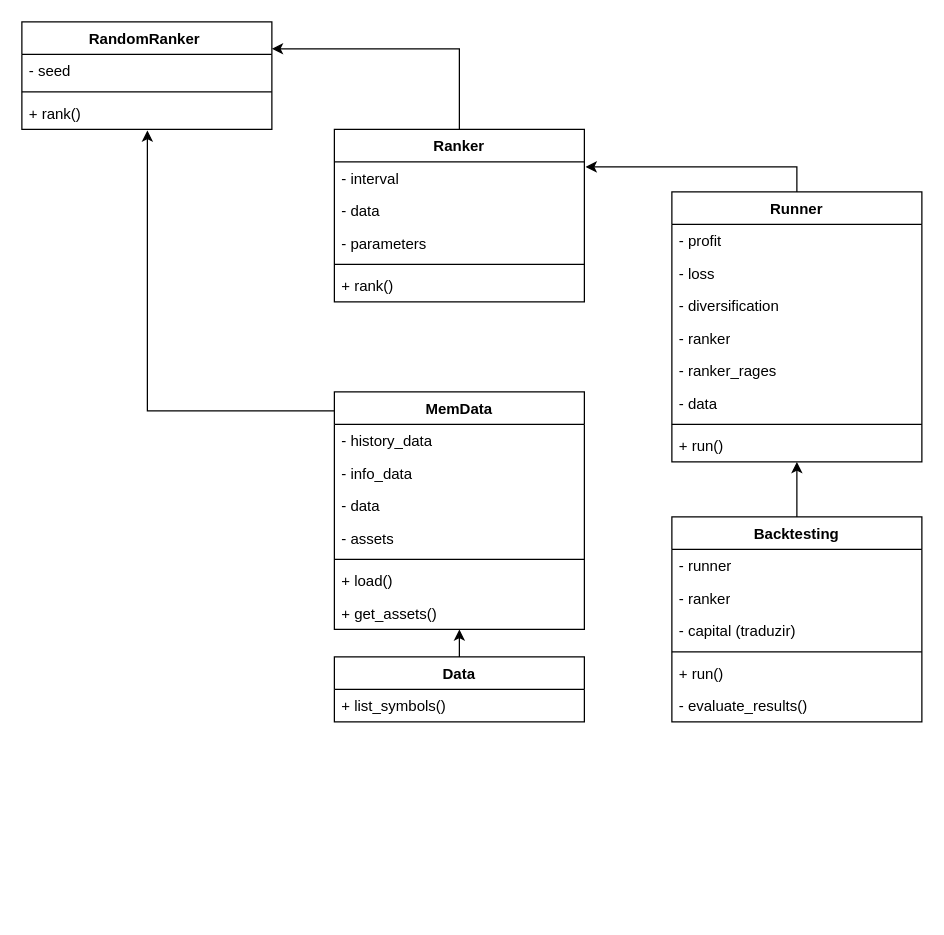
The draw.io diagram diagrama.drawio in PortBackRank/PortBackRank, before the edit. Source tidied: cells renumbered, new cells numbered last; positions are measured from the earlier drawing's top-left corner, leaving out a move shared by most shapes. Both pictures are drawn from the tidied source at 125%, with x=0, y=0 at pixel (21, 21).
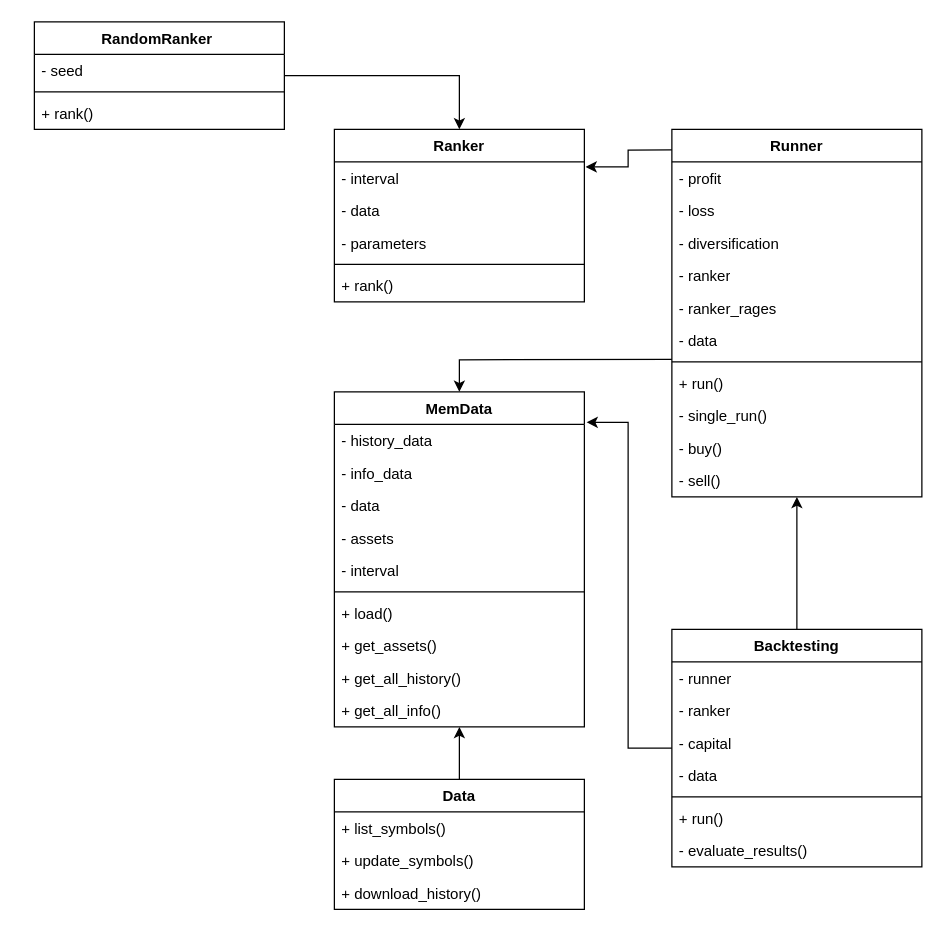
After the change.

The change refers to these unchanged cells:
```xml
<mxCell id="6" value="Ranker" style="swimlane;fontStyle=1;align=center;verticalAlign=top;horizontal=1;startSize=26;whiteSpace=wrap;html=1;" parent="1" vertex="1">
  <mxGeometry x="250" y="86" width="200" height="138" as="geometry" />
</mxCell>
<mxCell id="7" value="- interval" style="text;strokeColor=none;fillColor=none;align=left;verticalAlign=top;spacingLeft=4;spacingRight=4;overflow=hidden;points=[[0,0.5],[1,0.5]];portConstraint=eastwest;whiteSpace=wrap;html=1;" parent="6" vertex="1">
  <mxGeometry y="26" width="200" height="26" as="geometry" />
</mxCell>
<mxCell id="32" value="+ rank()" style="text;strokeColor=none;fillColor=none;align=left;verticalAlign=top;spacingLeft=4;spacingRight=4;overflow=hidden;points=[[0,0.5],[1,0.5]];portConstraint=eastwest;whiteSpace=wrap;html=1;" parent="29" vertex="1">
  <mxGeometry y="60" width="200" height="26" as="geometry" />
</mxCell>
```

Diff of the diagram source:
```diff
@@
     <mxCell id="3" value="Data" style="swimlane;fontStyle=1;align=center;verticalAlign=top;horizontal=1;startSize=26;whiteSpace=wrap;html=1;" parent="1" vertex="1">
-      <mxGeometry x="250" y="508" width="200" height="52" as="geometry" />
+      <mxGeometry x="250" y="606" width="200" height="104" as="geometry" />
     </mxCell>
@@
-    <mxCell id="5" style="edgeStyle=orthogonalEdgeStyle;rounded=0;jettySize=auto;html=1;entryX=1;entryY=0.25;entryDx=0;entryDy=0;exitX=0.5;exitY=0;exitDx=0;exitDy=0;" parent="1" edge="1" source="6" target="29">
-      <mxGeometry relative="1" as="geometry" />
-    </mxCell>
+    <mxCell id="43" value="&lt;div&gt;+&amp;nbsp;update_symbols()&lt;/div&gt;" style="text;strokeColor=none;fillColor=none;align=left;verticalAlign=top;spacingLeft=4;spacingRight=4;overflow=hidden;whiteSpace=wrap;html=1;" parent="3" vertex="1">
+      <mxGeometry y="52" width="200" height="26" as="geometry" />
+    </mxCell>
+    <mxCell id="44" value="&lt;div&gt;+&amp;nbsp;download_history()&lt;/div&gt;" style="text;strokeColor=none;fillColor=none;align=left;verticalAlign=top;spacingLeft=4;spacingRight=4;overflow=hidden;whiteSpace=wrap;html=1;" parent="3" vertex="1">
+      <mxGeometry y="78" width="200" height="26" as="geometry" />
+    </mxCell>
@@
+    <mxCell id="45" style="edgeStyle=orthogonalEdgeStyle;rounded=0;jettySize=auto;html=1;entryX=0.5;entryY=0;entryDx=0;entryDy=0;" parent="1" edge="1" target="34">
+      <mxGeometry relative="1" as="geometry">
+        <mxPoint x="520" y="269.9" as="sourcePoint" />
+      </mxGeometry>
+    </mxCell>
     <mxCell id="12" value="Runner" style="swimlane;fontStyle=1;align=center;verticalAlign=top;horizontal=1;startSize=26;whiteSpace=wrap;html=1;" parent="1" vertex="1">
-      <mxGeometry x="520" y="136" width="200" height="216" as="geometry" />
+      <mxGeometry x="520" y="86" width="200" height="294" as="geometry" />
     </mxCell>
@@
+    <mxCell id="46" value="- single_run()" style="text;strokeColor=none;fillColor=none;align=left;verticalAlign=top;spacingLeft=4;spacingRight=4;overflow=hidden;whiteSpace=wrap;html=1;" parent="12" vertex="1">
+      <mxGeometry y="216" width="200" height="26" as="geometry" />
+    </mxCell>
+    <mxCell id="47" value="- buy()" style="text;strokeColor=none;fillColor=none;align=left;verticalAlign=top;spacingLeft=4;spacingRight=4;overflow=hidden;whiteSpace=wrap;html=1;" parent="12" vertex="1">
+      <mxGeometry y="242" width="200" height="26" as="geometry" />
+    </mxCell>
+    <mxCell id="48" value="- sell()" style="text;strokeColor=none;fillColor=none;align=left;verticalAlign=top;spacingLeft=4;spacingRight=4;overflow=hidden;whiteSpace=wrap;html=1;" parent="12" vertex="1">
+      <mxGeometry y="268" width="200" height="26" as="geometry" />
+    </mxCell>
@@
     <mxCell id="22" value="Backtesting" style="swimlane;fontStyle=1;align=center;verticalAlign=top;horizontal=1;startSize=26;whiteSpace=wrap;html=1;" parent="1" vertex="1">
-      <mxGeometry x="520" y="396" width="200" height="164" as="geometry" />
+      <mxGeometry x="520" y="486" width="200" height="190" as="geometry" />
     </mxCell>
@@
-    <mxCell id="25" value="- capital (traduzir)" style="text;strokeColor=none;fillColor=none;align=left;verticalAlign=top;spacingLeft=4;spacingRight=4;overflow=hidden;whiteSpace=wrap;html=1;" parent="22" vertex="1">
+    <mxCell id="25" value="- capital" style="text;strokeColor=none;fillColor=none;align=left;verticalAlign=top;spacingLeft=4;spacingRight=4;overflow=hidden;whiteSpace=wrap;html=1;" parent="22" vertex="1">
       <mxGeometry y="78" width="200" height="26" as="geometry" />
     </mxCell>
+    <mxCell id="49" value="- data" style="text;strokeColor=none;fillColor=none;align=left;verticalAlign=top;spacingLeft=4;spacingRight=4;overflow=hidden;whiteSpace=wrap;html=1;" parent="22" vertex="1">
+      <mxGeometry y="104" width="200" height="26" as="geometry" />
+    </mxCell>
     <mxCell id="26" style="line;strokeWidth=1;fillColor=none;align=left;verticalAlign=middle;spacingTop=-1;spacingLeft=3;spacingRight=3;labelPosition=right;strokeColor=inherit;" parent="22" vertex="1">
-      <mxGeometry y="104" width="200" height="8" as="geometry" />
+      <mxGeometry y="130" width="200" height="8" as="geometry" />
     </mxCell>
     <mxCell id="27" value="+ run()" style="text;strokeColor=none;fillColor=none;align=left;verticalAlign=top;spacingLeft=4;spacingRight=4;overflow=hidden;whiteSpace=wrap;html=1;" parent="22" vertex="1">
-      <mxGeometry y="112" width="200" height="26" as="geometry" />
+      <mxGeometry y="138" width="200" height="26" as="geometry" />
     </mxCell>
     <mxCell id="28" value="&lt;div&gt;- evaluate_results()&lt;/div&gt;" style="text;strokeColor=none;fillColor=none;align=left;verticalAlign=top;spacingLeft=4;spacingRight=4;overflow=hidden;whiteSpace=wrap;html=1;" parent="22" vertex="1">
-      <mxGeometry y="138" width="200" height="26" as="geometry" />
+      <mxGeometry y="164" width="200" height="26" as="geometry" />
     </mxCell>
+    <mxCell id="50" style="edgeStyle=orthogonalEdgeStyle;rounded=0;jettySize=auto;html=1;entryX=0.5;entryY=0;entryDx=0;entryDy=0;" parent="1" edge="1" source="29" target="6">
+      <mxGeometry relative="1" as="geometry" />
+    </mxCell>
     <mxCell id="29" value="RandomRanker&amp;nbsp;" style="swimlane;fontStyle=1;align=center;verticalAlign=top;horizontal=1;startSize=26;whiteSpace=wrap;html=1;" parent="1" vertex="1">
-      <mxGeometry width="200" height="86" as="geometry" />
+      <mxGeometry x="10" width="200" height="86" as="geometry" />
     </mxCell>
@@
-    <mxCell id="33" style="edgeStyle=orthogonalEdgeStyle;rounded=0;jettySize=auto;html=1;exitX=0.5;exitY=0;exitDx=0;exitDy=0;entryX=1.005;entryY=0.154;entryDx=0;entryDy=0;entryPerimeter=0;" parent="1" edge="1" source="12" target="7">
+    <mxCell id="33" style="edgeStyle=orthogonalEdgeStyle;rounded=0;jettySize=auto;html=1;entryX=1.005;entryY=0.154;entryDx=0;entryDy=0;entryPerimeter=0;exitX=0;exitY=0.056;exitDx=0;exitDy=0;exitPerimeter=0;" parent="1" edge="1" source="12" target="7">
       <mxGeometry relative="1" as="geometry" />
     </mxCell>
     <mxCell id="34" value="MemData" style="swimlane;fontStyle=1;align=center;verticalAlign=top;horizontal=1;startSize=26;whiteSpace=wrap;html=1;" parent="1" vertex="1">
-      <mxGeometry x="250" y="296" width="200" height="190" as="geometry" />
+      <mxGeometry x="250" y="296" width="200" height="268" as="geometry" />
     </mxCell>
@@
+    <mxCell id="51" value="- interval" style="text;strokeColor=none;fillColor=none;align=left;verticalAlign=top;spacingLeft=4;spacingRight=4;overflow=hidden;whiteSpace=wrap;html=1;" parent="34" vertex="1">
+      <mxGeometry y="130" width="200" height="26" as="geometry" />
+    </mxCell>
     <mxCell id="39" style="line;strokeWidth=1;fillColor=none;align=left;verticalAlign=middle;spacingTop=-1;spacingLeft=3;spacingRight=3;labelPosition=right;strokeColor=inherit;" parent="34" vertex="1">
-      <mxGeometry y="130" width="200" height="8" as="geometry" />
+      <mxGeometry y="156" width="200" height="8" as="geometry" />
     </mxCell>
     <mxCell id="40" value="+ load()" style="text;strokeColor=none;fillColor=none;align=left;verticalAlign=top;spacingLeft=4;spacingRight=4;overflow=hidden;whiteSpace=wrap;html=1;" parent="34" vertex="1">
-      <mxGeometry y="138" width="200" height="26" as="geometry" />
+      <mxGeometry y="164" width="200" height="26" as="geometry" />
     </mxCell>
     <mxCell id="41" value="+ get_assets()" style="text;strokeColor=none;fillColor=none;align=left;verticalAlign=top;spacingLeft=4;spacingRight=4;overflow=hidden;whiteSpace=wrap;html=1;" parent="34" vertex="1">
-      <mxGeometry y="164" width="200" height="26" as="geometry" />
+      <mxGeometry y="190" width="200" height="26" as="geometry" />
     </mxCell>
-    <mxCell id="42" style="edgeStyle=orthogonalEdgeStyle;rounded=0;jettySize=auto;html=1;entryX=0.502;entryY=1.031;entryDx=0;entryDy=0;entryPerimeter=0;exitX=0;exitY=0.08;exitDx=0;exitDy=0;exitPerimeter=0;" parent="1" edge="1" source="34" target="32">
-      <mxGeometry relative="1" as="geometry" />
-    </mxCell>
+    <mxCell id="52" value="+&amp;nbsp;get_all_history()" style="text;strokeColor=none;fillColor=none;align=left;verticalAlign=top;spacingLeft=4;spacingRight=4;overflow=hidden;whiteSpace=wrap;html=1;" parent="34" vertex="1">
+      <mxGeometry y="216" width="200" height="26" as="geometry" />
+    </mxCell>
+    <mxCell id="53" value="+&amp;nbsp;get_all_info()" style="text;strokeColor=none;fillColor=none;align=left;verticalAlign=top;spacingLeft=4;spacingRight=4;overflow=hidden;whiteSpace=wrap;html=1;" parent="34" vertex="1">
+      <mxGeometry y="242" width="200" height="26" as="geometry" />
+    </mxCell>
+    <mxCell id="54" style="edgeStyle=orthogonalEdgeStyle;rounded=0;jettySize=auto;html=1;entryX=1.009;entryY=0.091;entryDx=0;entryDy=0;entryPerimeter=0;" parent="1" edge="1" source="22" target="34">
+      <mxGeometry relative="1" as="geometry" />
+    </mxCell>
```
